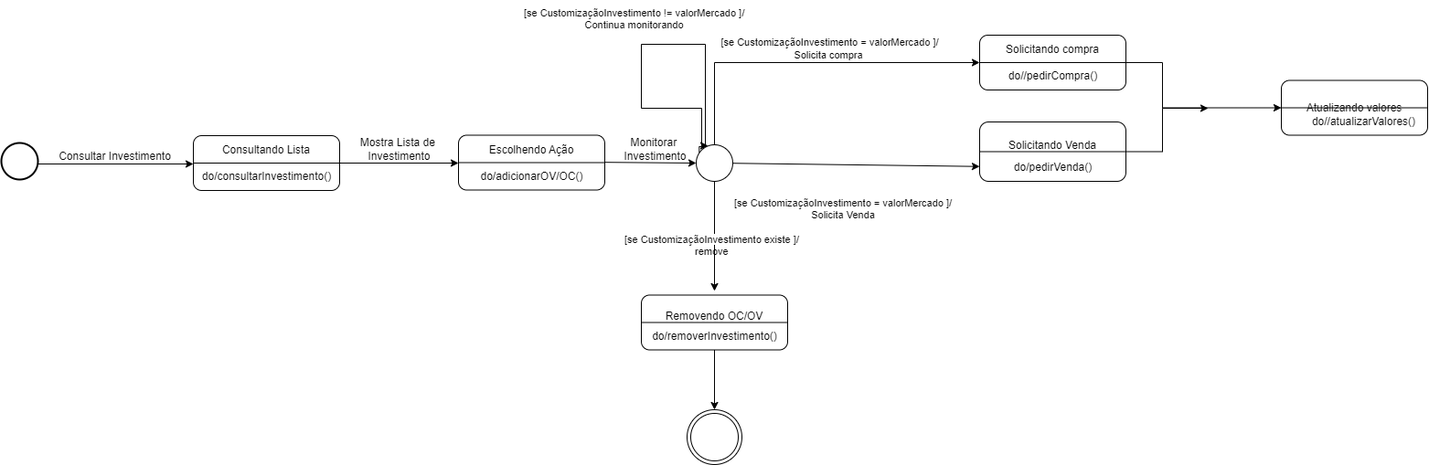
The draw.io diagram diagrama_estado_B3.png in ThePlano/Projeto-CC5511---ENGENHARIA-DE-SOFTWARE, before a commit. Source tidied: cells renumbered, new cells last; positions are measured from the earlier drawing's top-left corner, leaving out a move shared by most shapes.
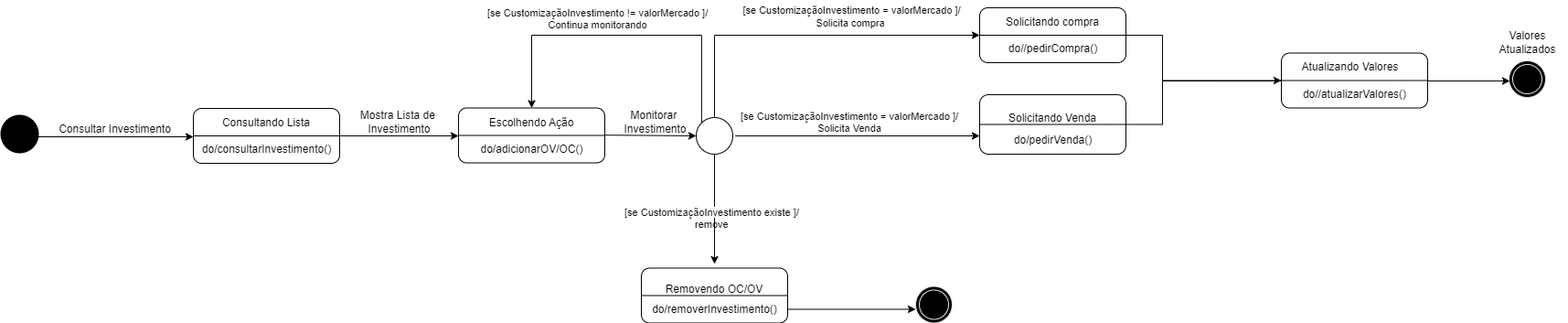
Later version of the same file.

The edit, as a diff of the source:
```diff
@@ -2,10 +2,10 @@
   <root>
     <mxCell id="0" />
     <mxCell id="1" parent="0" />
-    <mxCell id="2" style="ellipse;shape=doubleEllipse;whiteSpace=wrap;html=1;" parent="1" vertex="1">
-      <mxGeometry x="750" y="448" width="60" height="60" as="geometry" />
+    <mxCell id="2" style="ellipse;shape=doubleEllipse;whiteSpace=wrap;html=1;fillColor=#000000;strokeColor=#E6E6E6;" parent="1" vertex="1">
+      <mxGeometry x="1000" y="342.5" width="40" height="40" as="geometry" />
     </mxCell>
-    <mxCell id="3" style="strokeWidth=2;html=1;shape=mxgraph.flowchart.start_2;whiteSpace=wrap;" parent="1" vertex="1">
+    <mxCell id="3" style="strokeWidth=2;html=1;shape=mxgraph.flowchart.start_2;whiteSpace=wrap;fillColor=#000000;" parent="1" vertex="1">
       <mxGeometry y="156" width="40" height="40" as="geometry" />
     </mxCell>
     <mxCell id="4" value="Consultando Lista&lt;div&gt;&lt;br&gt;&lt;/div&gt;&lt;div&gt;&lt;br&gt;&lt;/div&gt;" style="rounded=1;whiteSpace=wrap;html=1;" parent="1" vertex="1">
@@ -58,9 +58,9 @@
     <mxCell id="17" value="Monitorar&amp;nbsp;&lt;div&gt;Investimento&lt;/div&gt;" style="text;html=1;align=center;verticalAlign=middle;strokeColor=none;fillColor=none;" parent="1" vertex="1">
       <mxGeometry x="670" y="143" width="90" height="40" as="geometry" />
     </mxCell>
-    <mxCell id="18" style="edgeStyle=orthogonalEdgeStyle;rounded=0;jettySize=auto;html=1;" parent="1" edge="1" source="19">
+    <mxCell id="18" style="edgeStyle=orthogonalEdgeStyle;rounded=0;jettySize=auto;html=1;endArrow=none;endFill=0;" parent="1" edge="1" source="19">
       <mxGeometry relative="1" as="geometry">
-        <mxPoint x="1320" y="118" as="targetPoint" />
+        <mxPoint x="1400" y="118" as="targetPoint" />
         <Array as="points">
           <mxPoint x="1270" y="165" />
           <mxPoint x="1270" y="118" />
@@ -79,28 +79,24 @@
     <mxCell id="22" value="do/pedirVenda()" style="text;html=1;align=center;verticalAlign=middle;strokeColor=none;fillColor=none;" parent="1" vertex="1">
       <mxGeometry x="1095" y="168" width="110" height="30" as="geometry" />
     </mxCell>
-    <mxCell id="23" style="rounded=0;jettySize=auto;html=1;entryX=0;entryY=0.75;entryDx=0;entryDy=0;" parent="1" edge="1" source="26" target="19">
-      <mxGeometry relative="1" as="geometry" />
+    <mxCell id="23" style="rounded=0;jettySize=auto;html=1;exitX=1.068;exitY=0.501;exitDx=0;exitDy=0;exitPerimeter=0;" parent="1" edge="1" source="26">
+      <mxGeometry relative="1" as="geometry">
+        <mxPoint x="1070" y="178" as="targetPoint" />
+      </mxGeometry>
     </mxCell>
-    <mxCell id="24" style="edgeStyle=orthogonalEdgeStyle;rounded=0;orthogonalLoop=1;jettySize=auto;html=1;exitX=0.083;exitY=0.219;exitDx=0;exitDy=0;entryX=0.326;entryY=0.025;entryDx=0;entryDy=0;exitPerimeter=0;entryPerimeter=0;" parent="1" edge="1" source="26" target="26">
-      <mxGeometry relative="1" as="geometry">
-        <Array as="points">
-          <mxPoint x="763" y="160" />
-          <mxPoint x="766" y="160" />
-          <mxPoint x="766" y="118" />
-          <mxPoint x="700" y="118" />
-          <mxPoint x="700" y="48" />
-          <mxPoint x="770" y="48" />
-          <mxPoint x="770" y="158" />
-          <mxPoint x="766" y="158" />
-        </Array>
-      </mxGeometry>
-    </mxCell>
     <mxCell id="25" style="edgeStyle=orthogonalEdgeStyle;rounded=0;jettySize=auto;html=1;" parent="1" edge="1" source="26">
       <mxGeometry relative="1" as="geometry">
         <mxPoint x="780" y="318" as="targetPoint" />
       </mxGeometry>
     </mxCell>
+    <mxCell id="44" style="edgeStyle=orthogonalEdgeStyle;rounded=0;jettySize=auto;html=1;exitX=0;exitY=0;exitDx=0;exitDy=0;entryX=0.5;entryY=0;entryDx=0;entryDy=0;" parent="1" edge="1" source="26" target="12">
+      <mxGeometry relative="1" as="geometry">
+        <Array as="points">
+          <mxPoint x="766" y="68" />
+          <mxPoint x="580" y="68" />
+        </Array>
+      </mxGeometry>
+    </mxCell>
     <mxCell id="26" style="ellipse;whiteSpace=wrap;html=1;" parent="1" vertex="1">
       <mxGeometry x="760" y="158" width="40" height="40" as="geometry" />
     </mxCell>
@@ -124,18 +120,20 @@
     <mxCell id="31" value="do//pedirCompra()" style="text;html=1;align=center;verticalAlign=middle;strokeColor=none;fillColor=none;" parent="1" vertex="1">
       <mxGeometry x="1090" y="68" width="120" height="30" as="geometry" />
     </mxCell>
-    <mxCell id="32" value="[se CustomizaçãoInvestimento = valorMercado ]/&lt;div&gt;Solicita compra&amp;nbsp;&lt;/div&gt;" style="edgeStyle=orthogonalEdgeStyle;rounded=0;jettySize=auto;html=1;entryX=0;entryY=0.5;entryDx=0;entryDy=0;" parent="1" edge="1" source="26" target="28">
-      <mxGeometry x="0.14" y="15" relative="1" as="geometry">
+    <mxCell id="32" value="[se CustomizaçãoInvestimento = valorMercado ]/&lt;div&gt;Solicita compra&amp;nbsp;&lt;/div&gt;" style="edgeStyle=orthogonalEdgeStyle;rounded=0;orthogonalLoop=1;jettySize=auto;html=1;entryX=0;entryY=0.5;entryDx=0;entryDy=0;" parent="1" edge="1">
+      <mxGeometry x="0.26" y="20" relative="1" as="geometry">
+        <mxPoint x="780" y="158" as="sourcePoint" />
+        <mxPoint x="1070" y="68" as="targetPoint" />
         <Array as="points">
           <mxPoint x="780" y="68" />
         </Array>
       </mxGeometry>
     </mxCell>
     <mxCell id="33" value="&lt;span style=&quot;text-wrap: nowrap; font-size: 11px; text-align: center; background-color: rgb(255, 255, 255);&quot;&gt;[se CustomizaçãoInvestimento = valorMercado ]/&lt;/span&gt;&lt;div style=&quot;text-wrap: nowrap; font-size: 11px; text-align: center;&quot;&gt;Solicita Venda&lt;/div&gt;" style="text;whiteSpace=wrap;html=1;" parent="1" vertex="1">
-      <mxGeometry x="800" y="208" width="270" height="50" as="geometry" />
+      <mxGeometry x="807" y="143" width="270" height="50" as="geometry" />
     </mxCell>
     <mxCell id="34" value="&lt;span style=&quot;text-wrap: nowrap; font-size: 11px; text-align: center; background-color: rgb(255, 255, 255);&quot;&gt;[se CustomizaçãoInvestimento != valorMercado ]/&lt;/span&gt;&lt;div style=&quot;text-wrap: nowrap; font-size: 11px; text-align: center;&quot;&gt;Continua monitorando&lt;/div&gt;" style="text;whiteSpace=wrap;html=1;" parent="1" vertex="1">
-      <mxGeometry x="570" width="270" height="50" as="geometry" />
+      <mxGeometry x="530" y="30" width="270" height="50" as="geometry" />
     </mxCell>
     <mxCell id="35" value="&lt;div&gt;Removendo OC/OV&lt;/div&gt;&lt;div&gt;&lt;br&gt;&lt;/div&gt;" style="rounded=1;whiteSpace=wrap;html=1;" parent="1" vertex="1">
       <mxGeometry x="700" y="322.5" width="160" height="60" as="geometry" />
@@ -146,23 +144,38 @@
     <mxCell id="37" value="&lt;div&gt;&lt;br&gt;&lt;/div&gt;&lt;div&gt;&lt;br&gt;&lt;/div&gt;" style="text;html=1;align=center;verticalAlign=middle;strokeColor=none;fillColor=none;" parent="1" vertex="1">
       <mxGeometry x="740" y="318" width="20" height="40" as="geometry" />
     </mxCell>
-    <mxCell id="38" style="edgeStyle=orthogonalEdgeStyle;rounded=0;jettySize=auto;html=1;entryX=0.5;entryY=0;entryDx=0;entryDy=0;" parent="1" edge="1" source="39" target="2">
-      <mxGeometry relative="1" as="geometry" />
-    </mxCell>
     <mxCell id="39" value="do/removerInvestimento()" style="text;html=1;align=center;verticalAlign=middle;points=[];strokeColor=none;fillColor=none;" parent="1" vertex="1">
       <mxGeometry x="700" y="352.5" width="160" height="30" as="geometry" />
     </mxCell>
     <mxCell id="40" value="&lt;span style=&quot;text-wrap: nowrap; font-size: 11px; text-align: center; background-color: rgb(255, 255, 255);&quot;&gt;[se CustomizaçãoInvestimento existe ]/&lt;/span&gt;&lt;div style=&quot;text-wrap: nowrap; font-size: 11px; text-align: center;&quot;&gt;remove&lt;/div&gt;" style="text;whiteSpace=wrap;html=1;" parent="1" vertex="1">
       <mxGeometry x="680" y="248" width="270" height="50" as="geometry" />
     </mxCell>
-    <mxCell id="41" value="&lt;div&gt;Atualizando valores&lt;/div&gt;" style="rounded=1;whiteSpace=wrap;html=1;" parent="1" vertex="1">
+    <mxCell id="41" style="rounded=1;whiteSpace=wrap;html=1;" parent="1" vertex="1">
       <mxGeometry x="1400" y="87.5" width="160" height="60" as="geometry" />
     </mxCell>
     <mxCell id="42" style="endArrow=none;html=1;rounded=0;exitX=0;exitY=0.5;exitDx=0;exitDy=0;entryX=1;entryY=0.5;entryDx=0;entryDy=0;" parent="1" edge="1" source="41" target="41">
       <mxGeometry relative="1" as="geometry" />
     </mxCell>
     <mxCell id="43" value="do//atualizarValores()" style="text;html=1;align=center;verticalAlign=middle;strokeColor=none;fillColor=none;" parent="1" vertex="1">
-      <mxGeometry x="1420" y="117.5" width="140" height="30" as="geometry" />
+      <mxGeometry x="1410" y="118" width="140" height="30" as="geometry" />
     </mxCell>
+    <mxCell id="38" style="edgeStyle=orthogonalEdgeStyle;rounded=0;jettySize=auto;html=1;entryX=0;entryY=0.625;entryDx=0;entryDy=0;entryPerimeter=0;" parent="1" edge="1" source="39" target="2">
+      <mxGeometry relative="1" as="geometry" />
+    </mxCell>
+    <mxCell id="45" value="Atualizando Valores" style="text;html=1;align=center;verticalAlign=middle;strokeColor=none;fillColor=none;" parent="1" vertex="1">
+      <mxGeometry x="1410" y="87.5" width="130" height="30" as="geometry" />
+    </mxCell>
+    <mxCell id="46" style="ellipse;shape=doubleEllipse;whiteSpace=wrap;html=1;fillColor=#000000;strokeColor=#E6E6E6;" parent="1" vertex="1">
+      <mxGeometry x="1649" y="96" width="40" height="40" as="geometry" />
+    </mxCell>
+    <mxCell id="47" style="endArrow=classic;html=1;rounded=0;exitX=1;exitY=0.5;exitDx=0;exitDy=0;exitPerimeter=0;" parent="1" edge="1">
+      <mxGeometry relative="1" as="geometry">
+        <mxPoint x="1560" y="118" as="sourcePoint" />
+        <mxPoint x="1650" y="118" as="targetPoint" />
+      </mxGeometry>
+    </mxCell>
+    <mxCell id="48" value="Valores&lt;div&gt;&lt;div&gt;Atualizados&lt;/div&gt;&lt;/div&gt;" style="text;html=1;align=center;verticalAlign=middle;strokeColor=none;fillColor=none;" parent="1" vertex="1">
+      <mxGeometry x="1624" y="56" width="90" height="40" as="geometry" />
+    </mxCell>
   </root>
 </mxGraphModel>
```
